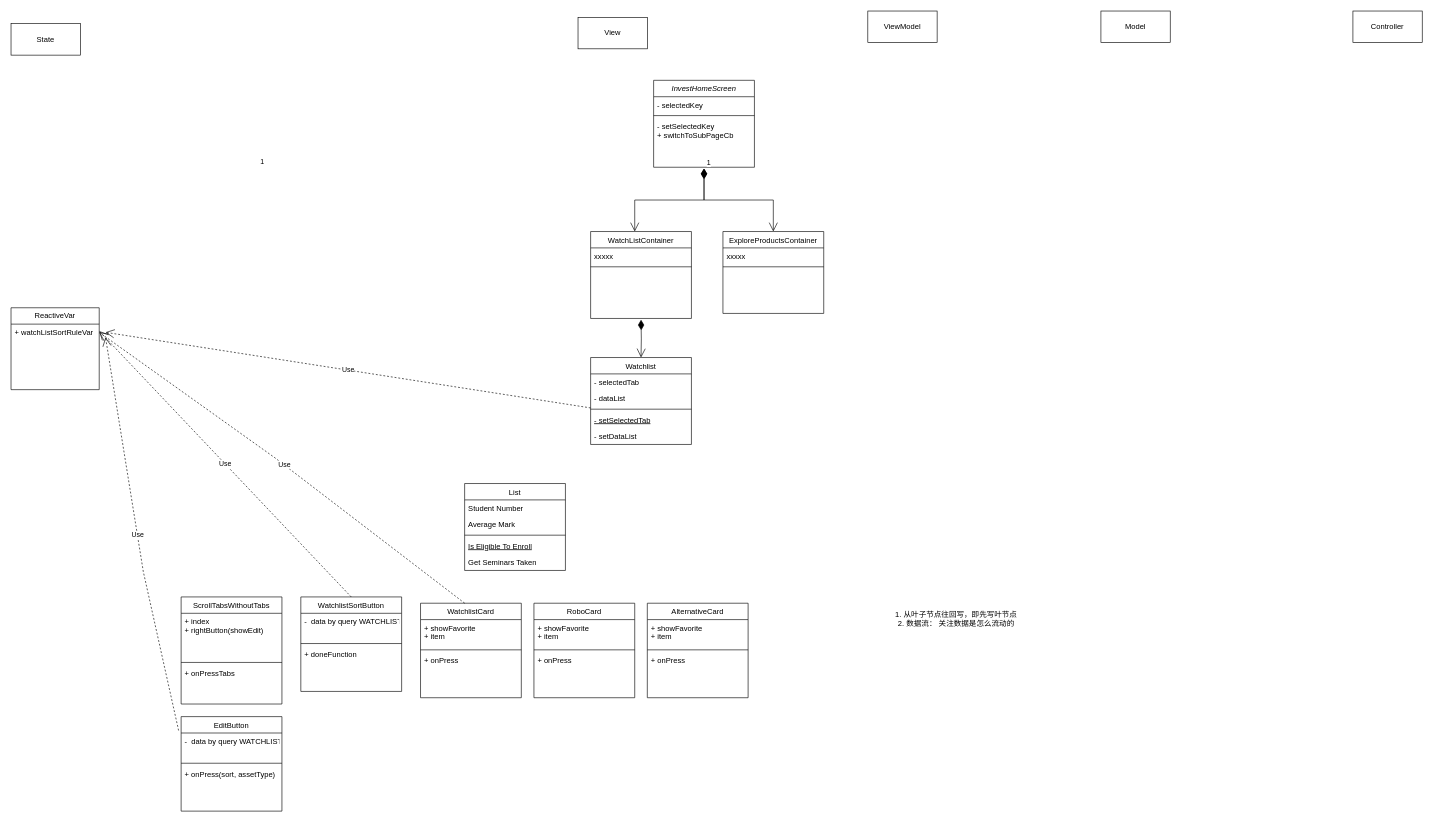
This is mvvm-watchlist.drawio from terryatgithub/books, a draw.io file, before an edit. Source tidied: cells renumbered, new cells numbered last; positions are measured from the earlier drawing's top-left corner, leaving out a move shared by most shapes. Both pictures are drawn from the tidied source at 63%, with x=0, y=0 at pixel (11, 11).
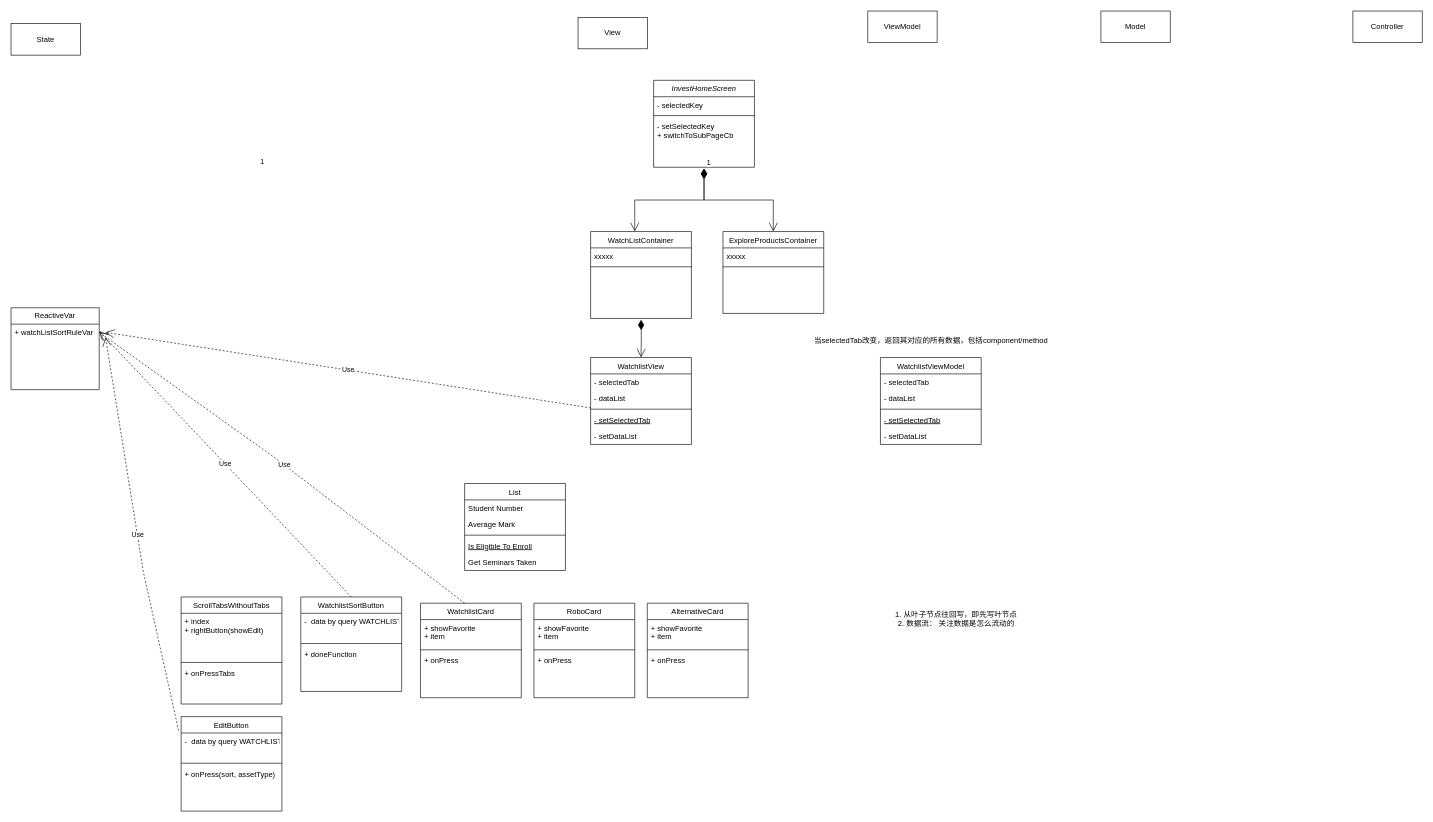
The same diagram, later.

The edit, as a diff of the source:
```diff
@@
-    <mxCell id="14" value="Watchlist" style="swimlane;fontStyle=0;align=center;verticalAlign=top;horizontal=1;startSize=26;rounded=0;shadow=0;strokeWidth=1;" parent="1" vertex="1">
+    <mxCell id="14" value="WatchlistView" style="swimlane;fontStyle=0;align=center;verticalAlign=top;horizontal=1;startSize=26;rounded=0;shadow=0;strokeWidth=1;" parent="1" vertex="1">
       <mxGeometry x="920" y="550" width="160" height="138" as="geometry" />
     </mxCell>
@@
+    <mxCell id="63" value="WatchlistViewModel" style="swimlane;fontStyle=0;align=center;verticalAlign=top;horizontal=1;startSize=26;rounded=0;shadow=0;strokeWidth=1;" parent="1" vertex="1">
+      <mxGeometry x="1380" y="550" width="160" height="138" as="geometry" />
+    </mxCell>
+    <mxCell id="64" value="- selectedTab" style="text;align=left;verticalAlign=top;spacingLeft=4;spacingRight=4;overflow=hidden;" parent="63" vertex="1">
+      <mxGeometry y="26" width="160" height="26" as="geometry" />
+    </mxCell>
+    <mxCell id="65" value="- dataList" style="text;align=left;verticalAlign=top;spacingLeft=4;spacingRight=4;overflow=hidden;rounded=0;shadow=0;html=0;" parent="63" vertex="1">
+      <mxGeometry y="52" width="160" height="26" as="geometry" />
+    </mxCell>
+    <mxCell id="66" style="line;html=1;strokeWidth=1;align=left;verticalAlign=middle;spacingTop=-1;spacingLeft=3;spacingRight=3;labelPosition=right;" parent="63" vertex="1">
+      <mxGeometry y="78" width="160" height="8" as="geometry" />
+    </mxCell>
+    <mxCell id="67" value="- setSelectedTab" style="text;align=left;verticalAlign=top;spacingLeft=4;spacingRight=4;overflow=hidden;fontStyle=4;" parent="63" vertex="1">
+      <mxGeometry y="86" width="160" height="26" as="geometry" />
+    </mxCell>
+    <mxCell id="68" value="- setDataList" style="text;align=left;verticalAlign=top;spacingLeft=4;spacingRight=4;overflow=hidden;" parent="63" vertex="1">
+      <mxGeometry y="112" width="160" height="26" as="geometry" />
+    </mxCell>
+    <mxCell id="69" value="当selectedTab改变，返回其对应的所有数据，包括component/method" style="text;html=1;align=center;verticalAlign=middle;strokeColor=none;fillColor=none;" parent="1" vertex="1">
+      <mxGeometry x="1265" y="508" width="390" height="30" as="geometry" />
+    </mxCell>
```
